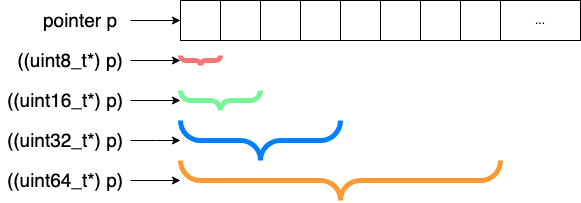
The draw.io diagram images/assignment-docs/lab/perilous_pointers/pointerArithmetic.drawio.png in illinois-cs241/illinois-cs241.github.io, before a commit. Source tidied: cells renumbered, new cells last; positions are measured from the earlier drawing's top-left corner, leaving out a move shared by most shapes. Source of this version:
```xml
<mxGraphModel>
  <root>
    <mxCell id="0" />
    <mxCell id="1" parent="0" />
    <mxCell id="2" style="rounded=0;whiteSpace=wrap;html=1;" parent="1" vertex="1">
      <mxGeometry x="180" width="40" height="40" as="geometry" />
    </mxCell>
    <mxCell id="3" style="rounded=0;whiteSpace=wrap;html=1;" parent="1" vertex="1">
      <mxGeometry x="220" width="40" height="40" as="geometry" />
    </mxCell>
    <mxCell id="4" style="rounded=0;whiteSpace=wrap;html=1;" parent="1" vertex="1">
      <mxGeometry x="260" width="40" height="40" as="geometry" />
    </mxCell>
    <mxCell id="5" style="rounded=0;whiteSpace=wrap;html=1;" parent="1" vertex="1">
      <mxGeometry x="300" width="40" height="40" as="geometry" />
    </mxCell>
    <mxCell id="6" style="rounded=0;whiteSpace=wrap;html=1;" parent="1" vertex="1">
      <mxGeometry x="340" width="40" height="40" as="geometry" />
    </mxCell>
    <mxCell id="7" value="..." style="rounded=0;whiteSpace=wrap;html=1;" parent="1" vertex="1">
      <mxGeometry x="500" width="80" height="40" as="geometry" />
    </mxCell>
    <mxCell id="8" style="rounded=0;whiteSpace=wrap;html=1;" parent="1" vertex="1">
      <mxGeometry x="420" width="40" height="40" as="geometry" />
    </mxCell>
    <mxCell id="9" style="rounded=0;whiteSpace=wrap;html=1;" parent="1" vertex="1">
      <mxGeometry x="460" width="40" height="40" as="geometry" />
    </mxCell>
    <mxCell id="10" style="rounded=0;whiteSpace=wrap;html=1;" parent="1" vertex="1">
      <mxGeometry x="380" width="40" height="40" as="geometry" />
    </mxCell>
    <mxCell id="11" style="edgeStyle=orthogonalEdgeStyle;rounded=0;jettySize=auto;html=1;" parent="1" edge="1" source="12" target="2">
      <mxGeometry relative="1" as="geometry" />
    </mxCell>
    <mxCell id="12" value="&lt;font style=&quot;font-size: 19px;&quot;&gt;pointer p&lt;/font&gt;" style="text;html=1;align=center;verticalAlign=middle;whiteSpace=wrap;rounded=0;" parent="1" vertex="1">
      <mxGeometry x="30" width="100" height="40" as="geometry" />
    </mxCell>
    <mxCell id="13" style="edgeStyle=orthogonalEdgeStyle;rounded=0;jettySize=auto;html=1;" parent="1" edge="1" source="14" target="20">
      <mxGeometry relative="1" as="geometry" />
    </mxCell>
    <mxCell id="14" value="&lt;font style=&quot;font-size: 19px;&quot;&gt;((uint8_t*) p)&lt;/font&gt;" style="text;html=1;align=center;verticalAlign=middle;whiteSpace=wrap;rounded=0;" parent="1" vertex="1">
      <mxGeometry x="10" y="40" width="120" height="40" as="geometry" />
    </mxCell>
    <mxCell id="15" style="edgeStyle=orthogonalEdgeStyle;rounded=0;jettySize=auto;html=1;" parent="1" edge="1" source="16" target="21">
      <mxGeometry relative="1" as="geometry" />
    </mxCell>
    <mxCell id="16" value="&lt;span style=&quot;font-size: 19px;&quot;&gt;((uint16_t*) p)&lt;/span&gt;" style="text;html=1;align=center;verticalAlign=middle;whiteSpace=wrap;rounded=0;" parent="1" vertex="1">
      <mxGeometry y="80" width="130" height="40" as="geometry" />
    </mxCell>
    <mxCell id="17" value="&lt;span style=&quot;font-size: 19px;&quot;&gt;((uint32_t*) p)&lt;/span&gt;" style="text;html=1;align=center;verticalAlign=middle;whiteSpace=wrap;rounded=0;" parent="1" vertex="1">
      <mxGeometry y="120" width="130" height="40" as="geometry" />
    </mxCell>
    <mxCell id="18" style="edgeStyle=orthogonalEdgeStyle;rounded=0;jettySize=auto;html=1;" parent="1" edge="1" source="19" target="23">
      <mxGeometry relative="1" as="geometry" />
    </mxCell>
    <mxCell id="19" value="&lt;span style=&quot;font-size: 19px;&quot;&gt;((uint64_t*) p)&lt;/span&gt;" style="text;html=1;align=center;verticalAlign=middle;whiteSpace=wrap;rounded=0;" parent="1" vertex="1">
      <mxGeometry y="160" width="130" height="40" as="geometry" />
    </mxCell>
    <mxCell id="20" style="verticalLabelPosition=bottom;shadow=0;dashed=0;align=center;html=1;verticalAlign=top;strokeWidth=5;shape=mxgraph.mockup.markup.curlyBrace;whiteSpace=wrap;strokeColor=#f57575;rotation=-180;" parent="1" vertex="1">
      <mxGeometry x="180" y="40" width="40" height="40" as="geometry" />
    </mxCell>
    <mxCell id="21" style="verticalLabelPosition=bottom;shadow=0;dashed=0;align=center;html=1;verticalAlign=top;strokeWidth=5;shape=mxgraph.mockup.markup.curlyBrace;whiteSpace=wrap;strokeColor=#75f595;rotation=-180;" parent="1" vertex="1">
      <mxGeometry x="180" y="80" width="80" height="40" as="geometry" />
    </mxCell>
    <mxCell id="22" style="verticalLabelPosition=bottom;shadow=0;dashed=0;align=center;html=1;verticalAlign=top;strokeWidth=5;shape=mxgraph.mockup.markup.curlyBrace;whiteSpace=wrap;strokeColor=#007FFF;rotation=-180;" parent="1" vertex="1">
      <mxGeometry x="180" y="120" width="160" height="40" as="geometry" />
    </mxCell>
    <mxCell id="23" style="verticalLabelPosition=bottom;shadow=0;dashed=0;align=center;html=1;verticalAlign=top;strokeWidth=5;shape=mxgraph.mockup.markup.curlyBrace;whiteSpace=wrap;strokeColor=#FF9933;rotation=-180;" parent="1" vertex="1">
      <mxGeometry x="180" y="160" width="320" height="40" as="geometry" />
    </mxCell>
    <mxCell id="24" style="edgeStyle=orthogonalEdgeStyle;rounded=0;jettySize=auto;html=1;" parent="1" edge="1" source="17">
      <mxGeometry relative="1" as="geometry">
        <mxPoint x="180" y="140" as="targetPoint" />
      </mxGeometry>
    </mxCell>
  </root>
</mxGraphModel>
```
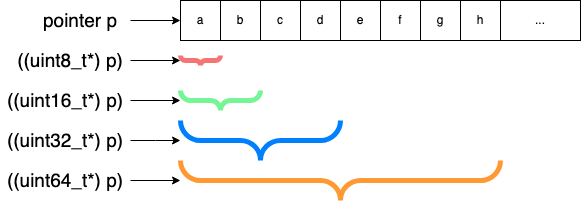
The same file after the commit.

Commit message:
edited pointer arithmetic figure

The edit, as a diff of the source:
```diff
@@ -2,31 +2,31 @@
   <root>
     <mxCell id="0" />
     <mxCell id="1" parent="0" />
-    <mxCell id="2" style="rounded=0;whiteSpace=wrap;html=1;" parent="1" vertex="1">
+    <mxCell id="2" value="a" style="rounded=0;whiteSpace=wrap;html=1;" parent="1" vertex="1">
       <mxGeometry x="180" width="40" height="40" as="geometry" />
     </mxCell>
-    <mxCell id="3" style="rounded=0;whiteSpace=wrap;html=1;" parent="1" vertex="1">
+    <mxCell id="3" value="b" style="rounded=0;whiteSpace=wrap;html=1;" parent="1" vertex="1">
       <mxGeometry x="220" width="40" height="40" as="geometry" />
     </mxCell>
-    <mxCell id="4" style="rounded=0;whiteSpace=wrap;html=1;" parent="1" vertex="1">
+    <mxCell id="4" value="c" style="rounded=0;whiteSpace=wrap;html=1;" parent="1" vertex="1">
       <mxGeometry x="260" width="40" height="40" as="geometry" />
     </mxCell>
-    <mxCell id="5" style="rounded=0;whiteSpace=wrap;html=1;" parent="1" vertex="1">
+    <mxCell id="5" value="d" style="rounded=0;whiteSpace=wrap;html=1;" parent="1" vertex="1">
       <mxGeometry x="300" width="40" height="40" as="geometry" />
     </mxCell>
-    <mxCell id="6" style="rounded=0;whiteSpace=wrap;html=1;" parent="1" vertex="1">
+    <mxCell id="6" value="e" style="rounded=0;whiteSpace=wrap;html=1;" parent="1" vertex="1">
       <mxGeometry x="340" width="40" height="40" as="geometry" />
     </mxCell>
     <mxCell id="7" value="..." style="rounded=0;whiteSpace=wrap;html=1;" parent="1" vertex="1">
       <mxGeometry x="500" width="80" height="40" as="geometry" />
     </mxCell>
-    <mxCell id="8" style="rounded=0;whiteSpace=wrap;html=1;" parent="1" vertex="1">
+    <mxCell id="8" value="g" style="rounded=0;whiteSpace=wrap;html=1;" parent="1" vertex="1">
       <mxGeometry x="420" width="40" height="40" as="geometry" />
     </mxCell>
-    <mxCell id="9" style="rounded=0;whiteSpace=wrap;html=1;" parent="1" vertex="1">
+    <mxCell id="9" value="h" style="rounded=0;whiteSpace=wrap;html=1;" parent="1" vertex="1">
       <mxGeometry x="460" width="40" height="40" as="geometry" />
     </mxCell>
-    <mxCell id="10" style="rounded=0;whiteSpace=wrap;html=1;" parent="1" vertex="1">
+    <mxCell id="10" value="f" style="rounded=0;whiteSpace=wrap;html=1;" parent="1" vertex="1">
       <mxGeometry x="380" width="40" height="40" as="geometry" />
     </mxCell>
     <mxCell id="11" style="edgeStyle=orthogonalEdgeStyle;rounded=0;jettySize=auto;html=1;" parent="1" edge="1" source="12" target="2">
```
